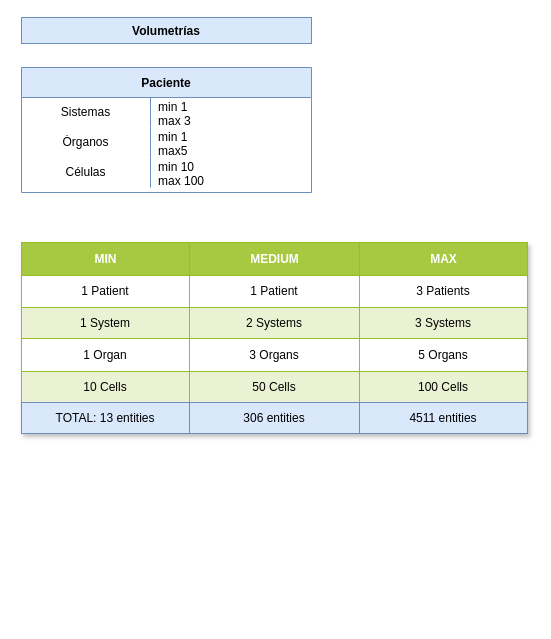
Above: page "Volumetries" (4 of 5) of arch-design/cellprom-tech-arch.drawio in cellprom/cellprom-arq-doc (draw.io), before the change. Source tidied: cells renumbered, new cells numbered last; positions are measured from the earlier drawing's top-left corner, leaving out a move shared by most shapes. Both pictures are drawn from the tidied source at 100%, with x=0, y=0 at pixel (21, 17).
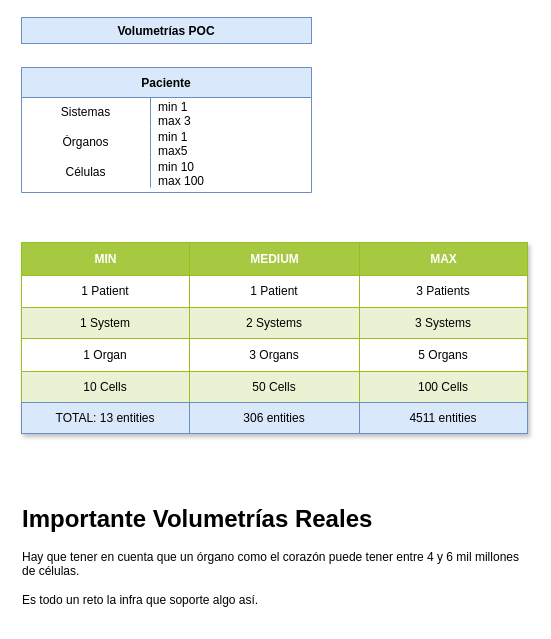
The same diagram, later.

The edit, as a diff of the source:
```diff
@@
-    <mxCell id="12" value="Volumetrías" style="text;strokeColor=#6c8ebf;fillColor=#dae8fc;align=center;verticalAlign=top;spacingLeft=4;spacingRight=4;overflow=hidden;whiteSpace=wrap;html=1;fontStyle=1;" parent="1" vertex="1">
+    <mxCell id="12" value="Volumetrías POC" style="text;strokeColor=#6c8ebf;fillColor=#dae8fc;align=center;verticalAlign=top;spacingLeft=4;spacingRight=4;overflow=hidden;whiteSpace=wrap;html=1;fontStyle=1;" parent="1" vertex="1">
       <mxGeometry width="290" height="26" as="geometry" />
     </mxCell>
@@
+    <mxCell id="38" value="&lt;h1 style=&quot;margin-top: 0px;&quot;&gt;Importante Volumetrías Reales&lt;/h1&gt;&lt;p&gt;Hay que tener en cuenta que un órgano como el corazón puede tener entre 4 y 6 mil millones de células.&lt;br&gt;&lt;br&gt;Es todo un reto la infra que soporte algo así.&lt;/p&gt;" style="text;html=1;whiteSpace=wrap;overflow=hidden;rounded=0;" parent="1" vertex="1">
+      <mxGeometry x="-1" y="481" width="510" height="120" as="geometry" />
+    </mxCell>
```
